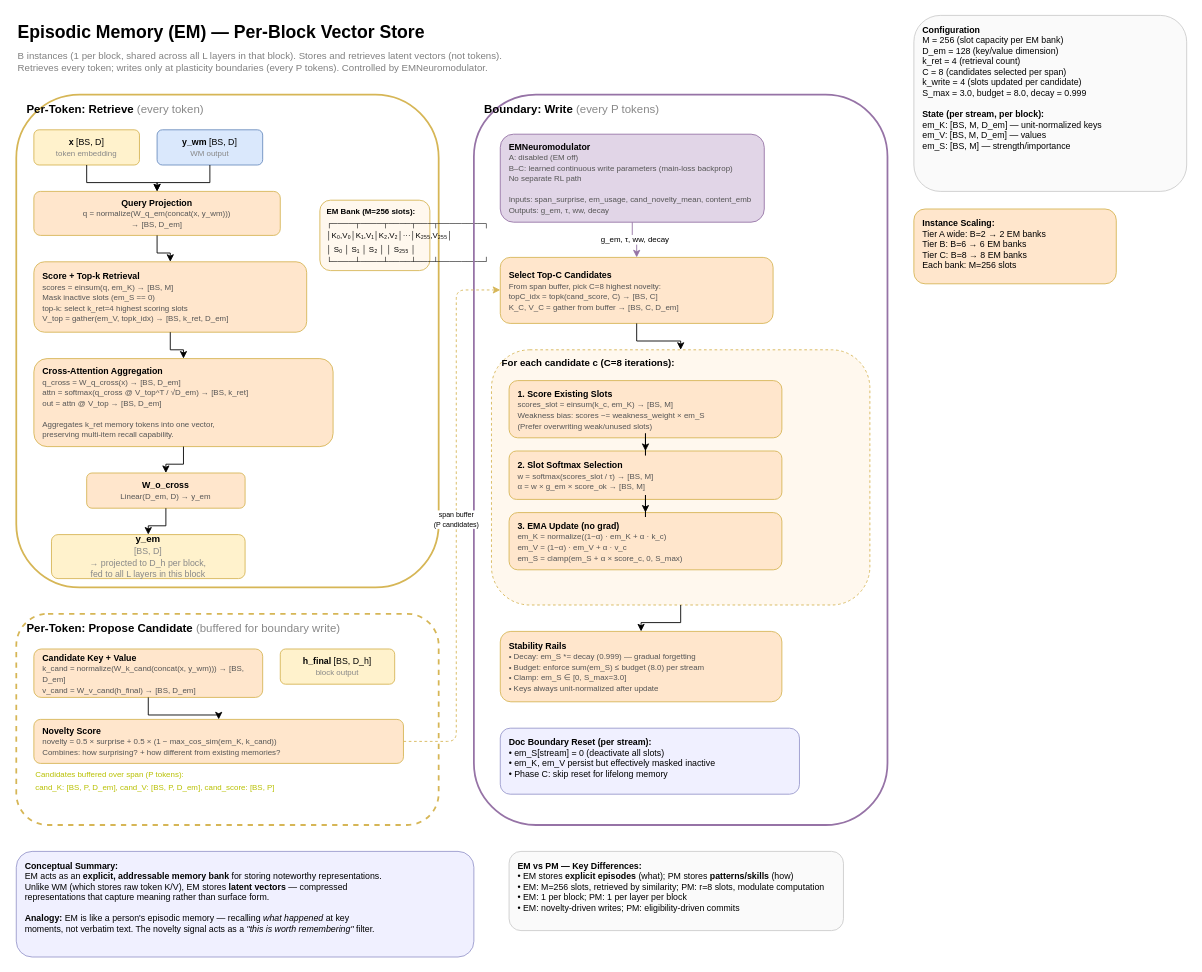
Earlier version of the draw.io diagram docs/diagrams/episodic_memory.drawio (alxdofficial/neuromorphic). Source tidied: cells renumbered, new cells numbered last; positions are measured from the earlier drawing's top-left corner, leaving out a move shared by most shapes. Both pictures are drawn from the tidied source at 88%, with x=0, y=0 at pixel (16, 15).
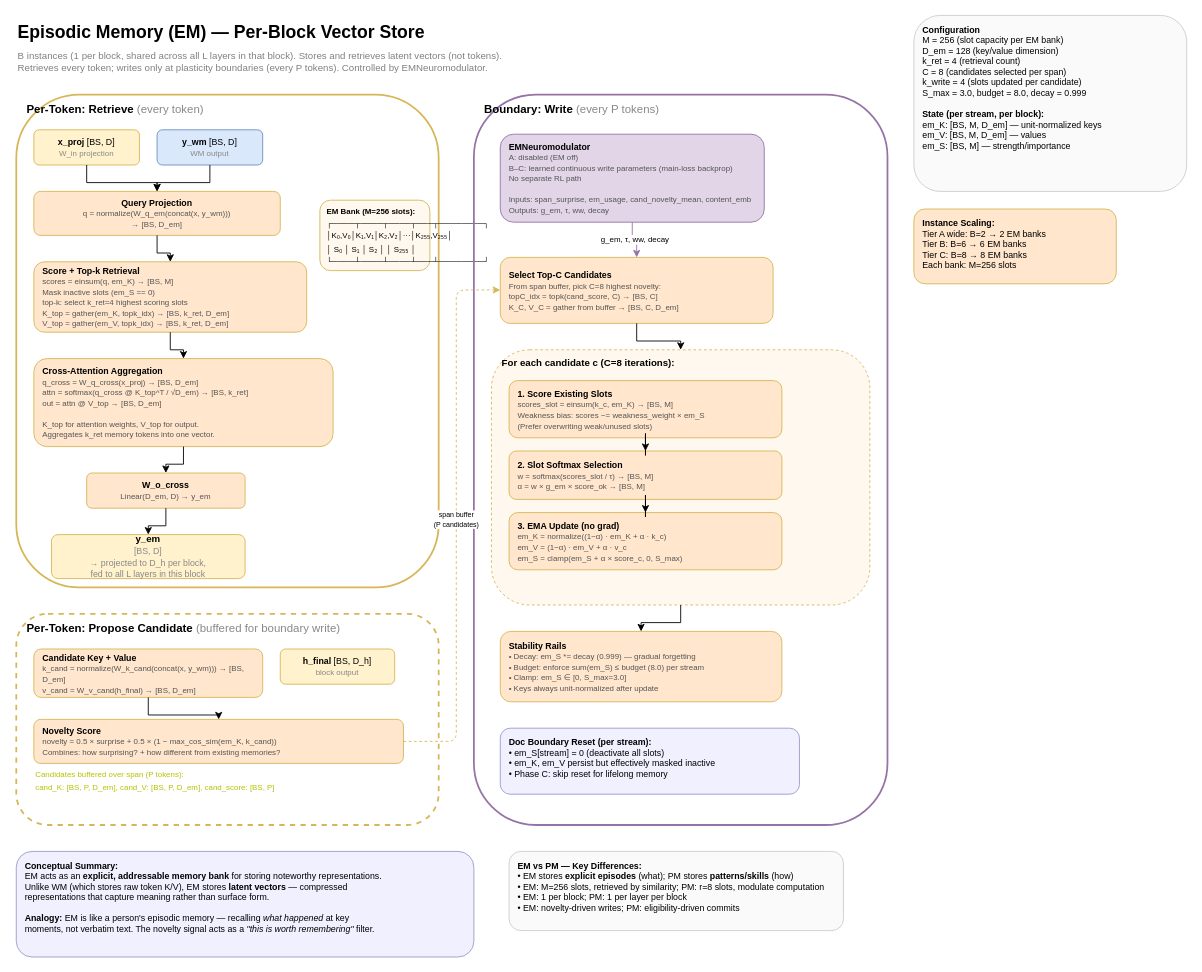
The same page after the edit.

What changed in the source:
```diff
@@
-    <mxCell id="8" value="&lt;b&gt;x&lt;/b&gt; [BS, D]&lt;br&gt;&lt;font style=&quot;font-size: 9px;&quot; color=&quot;#888&quot;&gt;token embedding&lt;/font&gt;" style="rounded=1;whiteSpace=wrap;html=1;fillColor=#fff2cc;strokeColor=#d6b656;fontSize=10;" parent="1" vertex="1">
+    <mxCell id="8" value="&lt;b&gt;x_proj&lt;/b&gt; [BS, D]&lt;br&gt;&lt;font style=&quot;font-size: 9px;&quot; color=&quot;#888&quot;&gt;W_in projection&lt;/font&gt;" style="rounded=1;whiteSpace=wrap;html=1;fillColor=#fff2cc;strokeColor=#d6b656;fontSize=10;" parent="1" vertex="1">
       <mxGeometry x="20" y="130" width="120" height="40" as="geometry" />
     </mxCell>
@@
-    <mxCell id="13" value="&lt;b&gt;Score + Top-k Retrieval&lt;/b&gt;&lt;br&gt;&lt;font style=&quot;font-size: 9px;&quot; color=&quot;#555&quot;&gt;scores = einsum(q, em_K) → [BS, M]&lt;br&gt;Mask inactive slots (em_S == 0)&lt;br&gt;top-k: select k_ret=4 highest scoring slots&lt;br&gt;V_top = gather(em_V, topk_idx) → [BS, k_ret, D_em]&lt;/font&gt;" style="rounded=1;whiteSpace=wrap;html=1;fillColor=#ffe6cc;strokeColor=#d6b656;fontSize=10;align=left;spacingLeft=8;" parent="1" vertex="1">
+    <mxCell id="13" value="&lt;b&gt;Score + Top-k Retrieval&lt;/b&gt;&lt;br&gt;&lt;font style=&quot;font-size: 9px;&quot; color=&quot;#555&quot;&gt;scores = einsum(q, em_K) → [BS, M]&lt;br&gt;Mask inactive slots (em_S == 0)&lt;br&gt;top-k: select k_ret=4 highest scoring slots&lt;br&gt;K_top = gather(em_K, topk_idx) → [BS, k_ret, D_em]&lt;br&gt;V_top = gather(em_V, topk_idx) → [BS, k_ret, D_em]&lt;/font&gt;" style="rounded=1;whiteSpace=wrap;html=1;fillColor=#ffe6cc;strokeColor=#d6b656;fontSize=10;align=left;spacingLeft=8;" parent="1" vertex="1">
       <mxGeometry x="20" y="280" width="310" height="80" as="geometry" />
     </mxCell>
@@
-    <mxCell id="16" value="&lt;b&gt;Cross-Attention Aggregation&lt;/b&gt;&lt;br&gt;&lt;font style=&quot;font-size: 9px;&quot; color=&quot;#555&quot;&gt;q_cross = W_q_cross(x) → [BS, D_em]&lt;br&gt;attn = softmax(q_cross @ V_top^T / √D_em) → [BS, k_ret]&lt;br&gt;out = attn @ V_top → [BS, D_em]&lt;br&gt;&lt;br&gt;Aggregates k_ret memory tokens into one vector,&lt;br&gt;preserving multi-item recall capability.&lt;/font&gt;" style="rounded=1;whiteSpace=wrap;html=1;fillColor=#ffe6cc;strokeColor=#d6b656;fontSize=10;align=left;spacingLeft=8;" parent="1" vertex="1">
+    <mxCell id="16" value="&lt;b&gt;Cross-Attention Aggregation&lt;/b&gt;&lt;br&gt;&lt;font style=&quot;font-size: 9px;&quot; color=&quot;#555&quot;&gt;q_cross = W_q_cross(x_proj) → [BS, D_em]&lt;br&gt;attn = softmax(q_cross @ K_top^T / √D_em) → [BS, k_ret]&lt;br&gt;out = attn @ V_top → [BS, D_em]&lt;br&gt;&lt;br&gt;K_top for attention weights, V_top for output.&lt;br&gt;Aggregates k_ret memory tokens into one vector.&lt;/font&gt;" style="rounded=1;whiteSpace=wrap;html=1;fillColor=#ffe6cc;strokeColor=#d6b656;fontSize=10;align=left;spacingLeft=8;" parent="1" vertex="1">
       <mxGeometry x="20" y="390" width="340" height="100" as="geometry" />
     </mxCell>
```
